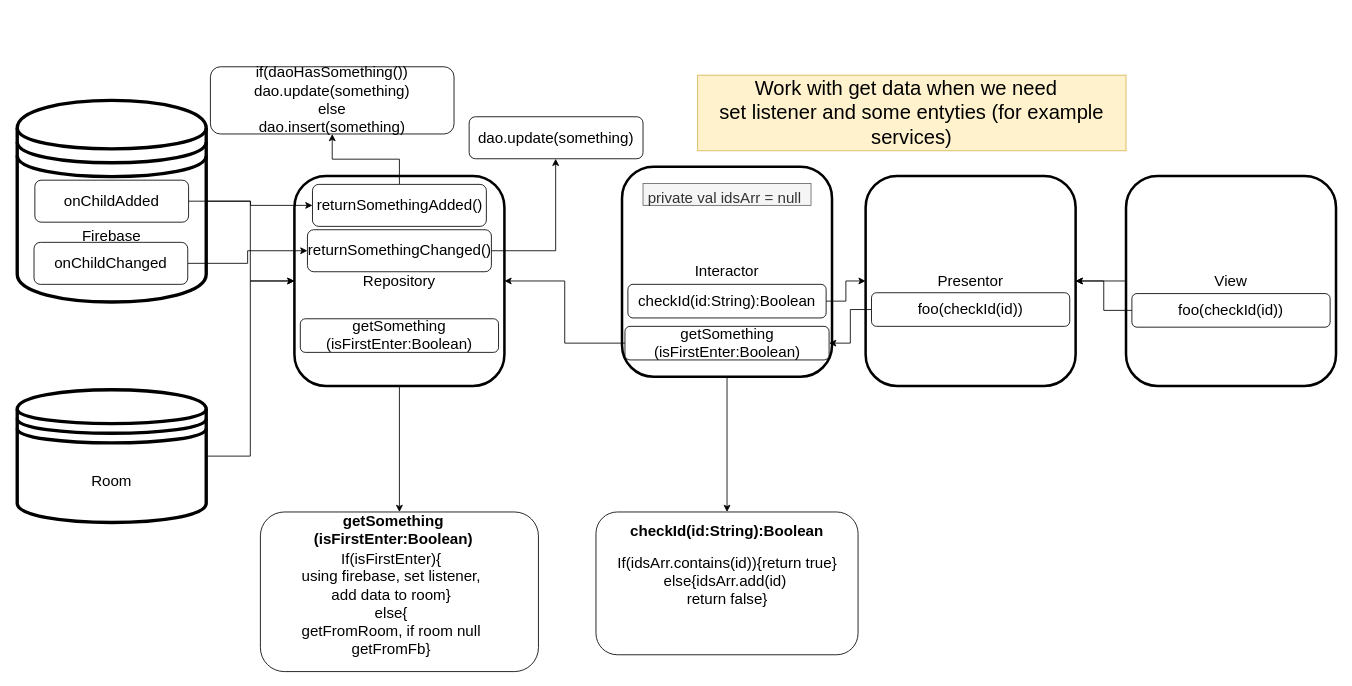
Earlier version of the draw.io diagram diagrams/getDataFromFlowSomeChilds.drawio (xidealo/BunBeauty). Source tidied: cells renumbered, new cells numbered last; positions are measured from the earlier drawing's top-left corner, leaving out a move shared by most shapes. Both pictures are drawn from the tidied source at 84%, with x=0, y=0 at pixel (17, 66).
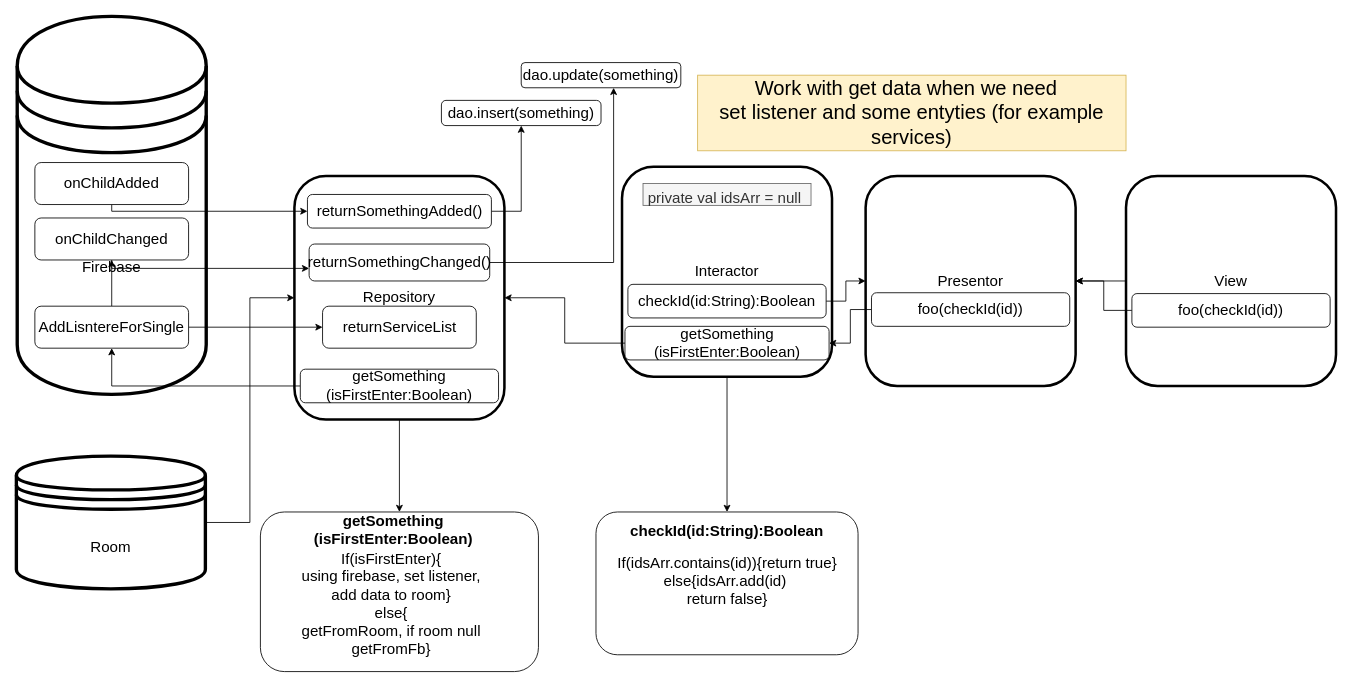
Above is the later version.

What changed in the source:
```diff
@@
     <mxCell id="8" value="Repository" style="shape=ext;rounded=1;html=1;whiteSpace=wrap;strokeWidth=3;fontSize=18;" parent="1" vertex="1">
-      <mxGeometry x="330" y="130" width="250" height="250" as="geometry" />
+      <mxGeometry x="330" y="130" width="250" height="290" as="geometry" />
     </mxCell>
@@
     <mxCell id="21" value="Room" style="shape=datastore;whiteSpace=wrap;html=1;comic=0;strokeWidth=4;fontSize=18;" parent="1" vertex="1">
-      <mxGeometry y="384.5" width="225" height="158" as="geometry" />
+      <mxGeometry x="-1" y="463.5" width="225" height="158" as="geometry" />
     </mxCell>
-    <mxCell id="22" style="edgeStyle=orthogonalEdgeStyle;rounded=0;jettySize=auto;html=1;exitX=1;exitY=0.5;exitDx=0;exitDy=0;fontSize=18;" parent="1" edge="1" source="23" target="8">
-      <mxGeometry relative="1" as="geometry" />
-    </mxCell>
     <mxCell id="23" value="Firebase" style="shape=datastore;whiteSpace=wrap;html=1;comic=0;strokeWidth=4;fontSize=18;" parent="1" vertex="1">
-      <mxGeometry y="40" width="225" height="240" as="geometry" />
+      <mxGeometry y="-60" width="225" height="450" as="geometry" />
     </mxCell>
+    <mxCell id="40" style="edgeStyle=orthogonalEdgeStyle;rounded=0;jettySize=auto;html=1;" parent="1" edge="1" source="24" target="43">
+      <mxGeometry relative="1" as="geometry" />
+    </mxCell>
     <mxCell id="24" value="getSomething&lt;br&gt;(isFirstEnter:Boolean)" style="shape=ext;rounded=1;html=1;whiteSpace=wrap;fontSize=18;" parent="1" vertex="1">
-      <mxGeometry x="337" y="300" width="236" height="40" as="geometry" />
+      <mxGeometry x="337" y="360" width="236" height="40" as="geometry" />
     </mxCell>
@@
     <mxCell id="30" style="edgeStyle=orthogonalEdgeStyle;rounded=0;jettySize=auto;html=1;" parent="1" edge="1" source="31" target="35">
-      <mxGeometry relative="1" as="geometry" />
+      <mxGeometry relative="1" as="geometry">
+        <Array as="points">
+          <mxPoint x="113" y="172" />
+        </Array>
+      </mxGeometry>
     </mxCell>
     <mxCell id="31" value="onChildAdded" style="shape=ext;rounded=1;html=1;whiteSpace=wrap;fontSize=18;" parent="1" vertex="1">
-      <mxGeometry x="21" y="135" width="183" height="50" as="geometry" />
+      <mxGeometry x="21" y="114" width="183" height="50" as="geometry" />
     </mxCell>
     <mxCell id="32" style="edgeStyle=orthogonalEdgeStyle;rounded=0;jettySize=auto;html=1;" parent="1" edge="1" source="33" target="37">
-      <mxGeometry relative="1" as="geometry" />
+      <mxGeometry relative="1" as="geometry">
+        <Array as="points">
+          <mxPoint x="113" y="240" />
+        </Array>
+      </mxGeometry>
     </mxCell>
     <mxCell id="33" value="onChildChanged" style="shape=ext;rounded=1;html=1;whiteSpace=wrap;fontSize=18;" parent="1" vertex="1">
-      <mxGeometry x="20" y="209" width="183" height="50" as="geometry" />
+      <mxGeometry x="21" y="180" width="183" height="50" as="geometry" />
     </mxCell>
     <mxCell id="34" style="edgeStyle=orthogonalEdgeStyle;rounded=0;jettySize=auto;html=1;" parent="1" edge="1" source="35" target="39">
-      <mxGeometry relative="1" as="geometry" />
+      <mxGeometry relative="1" as="geometry">
+        <Array as="points">
+          <mxPoint x="600" y="172" />
+        </Array>
+      </mxGeometry>
     </mxCell>
     <mxCell id="35" value="returnSomethingAdded()" style="shape=ext;rounded=1;html=1;whiteSpace=wrap;fontSize=18;" parent="1" vertex="1">
-      <mxGeometry x="351.5" y="140" width="207" height="50" as="geometry" />
+      <mxGeometry x="345.5" y="152" width="219" height="40" as="geometry" />
     </mxCell>
     <mxCell id="36" style="edgeStyle=orthogonalEdgeStyle;rounded=0;jettySize=auto;html=1;" parent="1" edge="1" source="37" target="38">
       <mxGeometry relative="1" as="geometry">
         <Array as="points">
-          <mxPoint x="641" y="219" />
+          <mxPoint x="710" y="233" />
         </Array>
       </mxGeometry>
     </mxCell>
     <mxCell id="37" value="returnSomethingChanged()" style="shape=ext;rounded=1;html=1;whiteSpace=wrap;fontSize=18;" parent="1" vertex="1">
-      <mxGeometry x="345.5" y="194" width="219" height="50" as="geometry" />
+      <mxGeometry x="347.5" y="211" width="215" height="44" as="geometry" />
     </mxCell>
     <mxCell id="38" value="dao.update(something)" style="shape=ext;rounded=1;html=1;whiteSpace=wrap;fontSize=18;" parent="1" vertex="1">
-      <mxGeometry x="538" y="59.5" width="207" height="50" as="geometry" />
+      <mxGeometry x="600" y="-5" width="190" height="30" as="geometry" />
     </mxCell>
-    <mxCell id="39" value="if(daoHasSomething())&lt;br&gt;dao.update(something)&lt;br&gt;else&lt;br&gt;dao.insert(something)" style="shape=ext;rounded=1;html=1;whiteSpace=wrap;fontSize=18;" parent="1" vertex="1">
-      <mxGeometry x="230" width="290" height="80" as="geometry" />
+    <mxCell id="39" value="dao.insert(something)" style="shape=ext;rounded=1;html=1;whiteSpace=wrap;fontSize=18;arcSize=18;" parent="1" vertex="1">
+      <mxGeometry x="505" y="40" width="190" height="30" as="geometry" />
     </mxCell>
+    <mxCell id="41" style="edgeStyle=orthogonalEdgeStyle;rounded=0;jettySize=auto;html=1;entryX=0.5;entryY=1;entryDx=0;entryDy=0;" parent="1" edge="1" source="43" target="33">
+      <mxGeometry relative="1" as="geometry" />
+    </mxCell>
+    <mxCell id="42" style="edgeStyle=orthogonalEdgeStyle;rounded=0;jettySize=auto;html=1;" parent="1" edge="1" source="43" target="44">
+      <mxGeometry relative="1" as="geometry" />
+    </mxCell>
+    <mxCell id="43" value="AddLisntereForSingle" style="shape=ext;rounded=1;html=1;whiteSpace=wrap;fontSize=18;" parent="1" vertex="1">
+      <mxGeometry x="21" y="285" width="183" height="50" as="geometry" />
+    </mxCell>
+    <mxCell id="44" value="returnServiceList" style="shape=ext;rounded=1;html=1;whiteSpace=wrap;fontSize=18;" parent="1" vertex="1">
+      <mxGeometry x="363.5" y="285" width="183" height="50" as="geometry" />
+    </mxCell>
```
